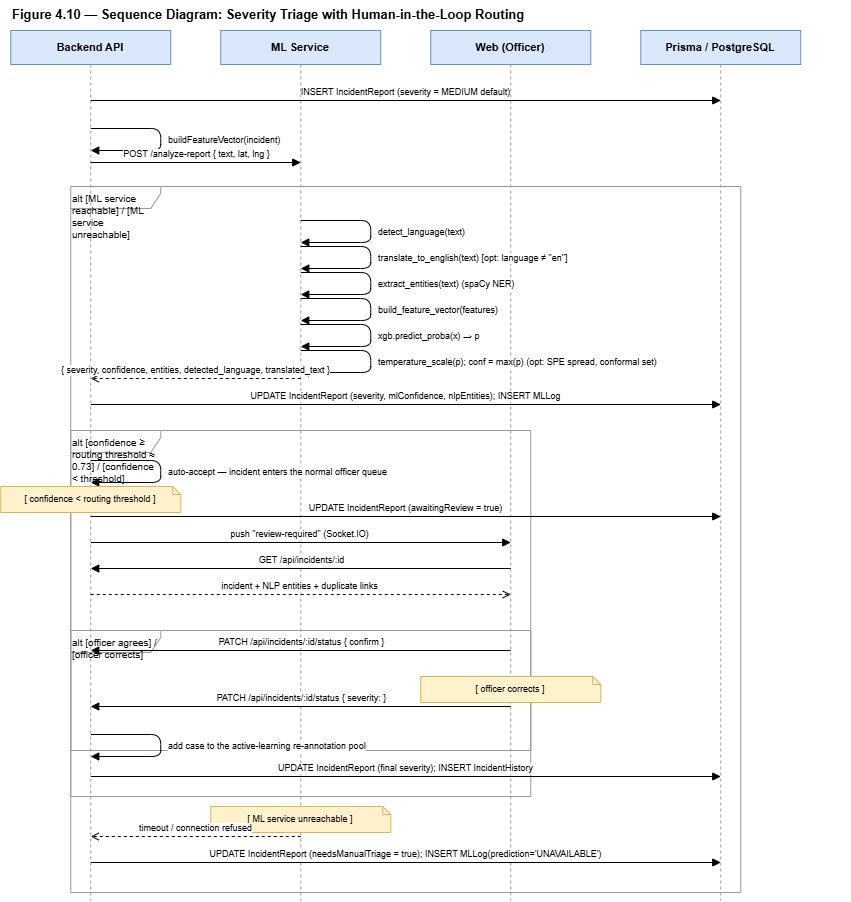
The draw.io diagram research-report-source/diagrams/pngs/Figure_4.10_Sequence_Severity_Triage_Human_in_the_Loop.drawio.png in DeshanDV1003/Suraksha---Web-App, before a commit. Source tidied: cells renumbered, new cells last; positions are measured from the earlier drawing's top-left corner, leaving out a move shared by most shapes.
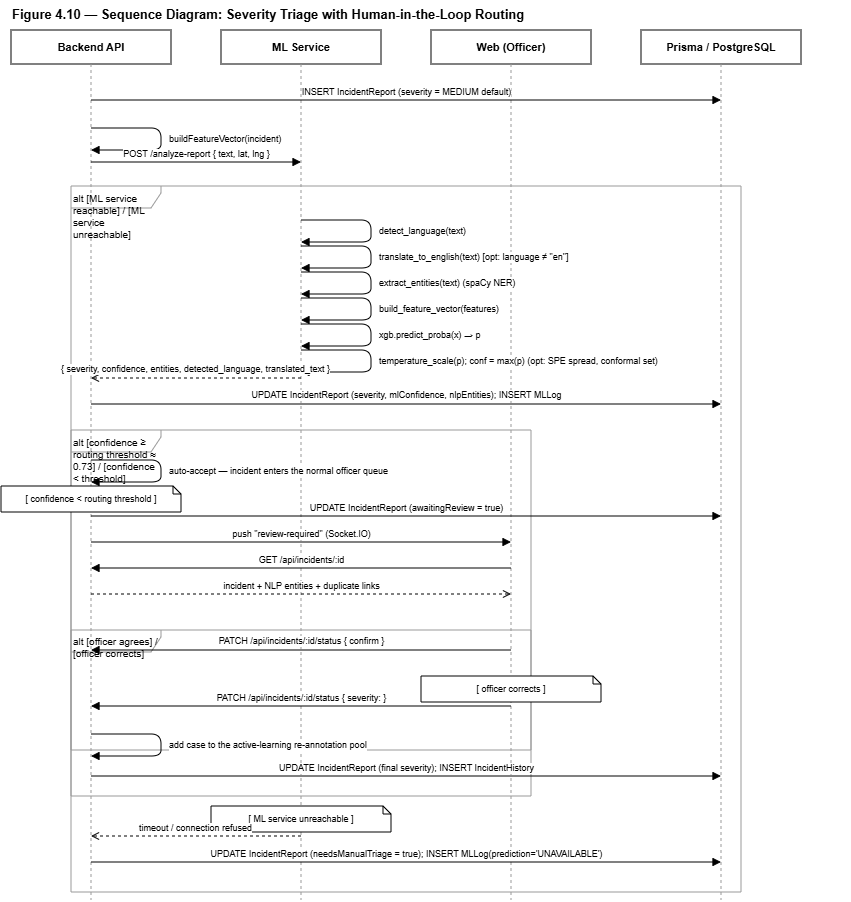
The same diagram one commit later.

Diff of the diagram source:
```diff
@@ -5,7 +5,7 @@
     <mxCell id="2" value="Figure 4.10 — Sequence Diagram: Severity Triage with Human-in-the-Loop Routing" style="text;html=1;fontStyle=1;fontSize=13;align=left;" parent="1" vertex="1">
       <mxGeometry x="10" width="840" height="24" as="geometry" />
     </mxCell>
-    <mxCell id="3" value="Backend API" style="rounded=0;whiteSpace=wrap;html=1;fillColor=#dae8fc;strokeColor=#6c8ebf;fontStyle=1;fontSize=11;" parent="1" vertex="1">
+    <mxCell id="3" value="Backend API" style="rounded=0;whiteSpace=wrap;html=1;fontStyle=1;fontSize=11;" parent="1" vertex="1">
       <mxGeometry x="10" y="30" width="160" height="34" as="geometry" />
     </mxCell>
     <mxCell id="4" style="endArrow=none;dashed=1;html=1;strokeColor=#999999;" parent="1" edge="1">
@@ -14,7 +14,7 @@
         <mxPoint x="90" y="900" as="targetPoint" />
       </mxGeometry>
     </mxCell>
-    <mxCell id="5" value="ML Service" style="rounded=0;whiteSpace=wrap;html=1;fillColor=#dae8fc;strokeColor=#6c8ebf;fontStyle=1;fontSize=11;" parent="1" vertex="1">
+    <mxCell id="5" value="ML Service" style="rounded=0;whiteSpace=wrap;html=1;fontStyle=1;fontSize=11;" parent="1" vertex="1">
       <mxGeometry x="220" y="30" width="160" height="34" as="geometry" />
     </mxCell>
     <mxCell id="6" style="endArrow=none;dashed=1;html=1;strokeColor=#999999;" parent="1" edge="1">
@@ -23,7 +23,7 @@
         <mxPoint x="300" y="900" as="targetPoint" />
       </mxGeometry>
     </mxCell>
-    <mxCell id="7" value="Web (Officer)" style="rounded=0;whiteSpace=wrap;html=1;fillColor=#dae8fc;strokeColor=#6c8ebf;fontStyle=1;fontSize=11;" parent="1" vertex="1">
+    <mxCell id="7" value="Web (Officer)" style="rounded=0;whiteSpace=wrap;html=1;fontStyle=1;fontSize=11;" parent="1" vertex="1">
       <mxGeometry x="430" y="30" width="160" height="34" as="geometry" />
     </mxCell>
     <mxCell id="8" style="endArrow=none;dashed=1;html=1;strokeColor=#999999;" parent="1" edge="1">
@@ -32,7 +32,7 @@
         <mxPoint x="510" y="900" as="targetPoint" />
       </mxGeometry>
     </mxCell>
-    <mxCell id="9" value="Prisma / PostgreSQL" style="rounded=0;whiteSpace=wrap;html=1;fillColor=#dae8fc;strokeColor=#6c8ebf;fontStyle=1;fontSize=11;" parent="1" vertex="1">
+    <mxCell id="9" value="Prisma / PostgreSQL" style="rounded=0;whiteSpace=wrap;html=1;fontStyle=1;fontSize=11;" parent="1" vertex="1">
       <mxGeometry x="640" y="30" width="160" height="34" as="geometry" />
     </mxCell>
     <mxCell id="10" style="endArrow=none;dashed=1;html=1;strokeColor=#999999;" parent="1" edge="1">
@@ -154,7 +154,7 @@
         </Array>
       </mxGeometry>
     </mxCell>
-    <mxCell id="26" value="[ confidence &lt; routing threshold ]" style="shape=note;whiteSpace=wrap;html=1;fillColor=#fff2cc;strokeColor=#d6b656;fontSize=9;size=8;" parent="1" vertex="1">
+    <mxCell id="26" value="[ confidence &lt; routing threshold ]" style="shape=note;whiteSpace=wrap;html=1;fontSize=9;size=8;" parent="1" vertex="1">
       <mxGeometry y="486" width="180" height="26" as="geometry" />
     </mxCell>
     <mxCell id="27" value="UPDATE IncidentReport (awaitingReview = true)" style="endArrow=block;html=1;fontSize=9;align=center;verticalAlign=bottom;" parent="1" edge="1">
@@ -187,7 +187,7 @@
         <mxPoint x="90" y="650" as="targetPoint" />
       </mxGeometry>
     </mxCell>
-    <mxCell id="32" value="[ officer corrects ]" style="shape=note;whiteSpace=wrap;html=1;fillColor=#fff2cc;strokeColor=#d6b656;fontSize=9;size=8;" parent="1" vertex="1">
+    <mxCell id="32" value="[ officer corrects ]" style="shape=note;whiteSpace=wrap;html=1;fontSize=9;size=8;" parent="1" vertex="1">
       <mxGeometry x="420" y="676" width="180" height="26" as="geometry" />
     </mxCell>
     <mxCell id="33" value="PATCH /api/incidents/:id/status  { severity: &lt;corrected&gt; }" style="endArrow=block;html=1;fontSize=9;align=center;verticalAlign=bottom;" parent="1" edge="1">
@@ -212,7 +212,7 @@
         <mxPoint x="720" y="776" as="targetPoint" />
       </mxGeometry>
     </mxCell>
-    <mxCell id="36" value="[ ML service unreachable ]" style="shape=note;whiteSpace=wrap;html=1;fillColor=#fff2cc;strokeColor=#d6b656;fontSize=9;size=8;" parent="1" vertex="1">
+    <mxCell id="36" value="[ ML service unreachable ]" style="shape=note;whiteSpace=wrap;html=1;fontSize=9;size=8;" parent="1" vertex="1">
       <mxGeometry x="210" y="806" width="180" height="26" as="geometry" />
     </mxCell>
     <mxCell id="37" value="timeout / connection refused" style="endArrow=open;dashed=1;html=1;fontSize=9;align=center;verticalAlign=bottom;" parent="1" edge="1">
```
